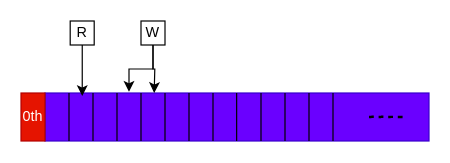
The draw.io diagram Form Workshop/images/sb3.drawio in AnaIPereira/Presentations, before the edit. Source tidied: cells renumbered, new cells numbered last; positions are measured from the earlier drawing's top-left corner, leaving out a move shared by most shapes. Both pictures are drawn from the tidied source at 120%, with x=0, y=0 at pixel (20, 20).
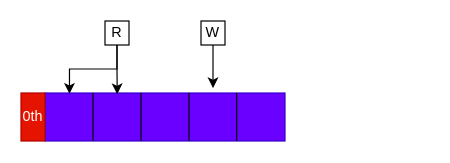
The same page after the edit.

The edit, as a diff of the source:
```diff
@@
     <mxCell id="2" style="rounded=0;whiteSpace=wrap;html=1;fillColor=light-dark(#6A00FF,#7F00FF);strokeColor=#3700CC;fontColor=#ffffff;" parent="1" vertex="1">
-      <mxGeometry x="20" y="60" width="320" height="40" as="geometry" />
+      <mxGeometry x="20" y="60" width="200" height="40" as="geometry" />
     </mxCell>
@@
-    <mxCell id="4" style="endArrow=none;html=1;rounded=0;" parent="1" edge="1">
-      <mxGeometry relative="1" as="geometry">
-        <mxPoint x="40" y="100" as="sourcePoint" />
-        <mxPoint x="40" y="60" as="targetPoint" />
-      </mxGeometry>
-    </mxCell>
-    <mxCell id="5" style="endArrow=none;html=1;rounded=0;" parent="1" edge="1">
-      <mxGeometry relative="1" as="geometry">
-        <mxPoint x="80" y="100" as="sourcePoint" />
-        <mxPoint x="80" y="60" as="targetPoint" />
-      </mxGeometry>
-    </mxCell>
@@
-    <mxCell id="7" style="endArrow=none;html=1;rounded=0;" parent="1" edge="1">
-      <mxGeometry relative="1" as="geometry">
-        <mxPoint x="120" y="100" as="sourcePoint" />
-        <mxPoint x="120" y="60" as="targetPoint" />
-      </mxGeometry>
-    </mxCell>
@@
-    <mxCell id="9" style="endArrow=none;html=1;rounded=0;" parent="1" edge="1">
-      <mxGeometry relative="1" as="geometry">
-        <mxPoint x="200" y="100" as="sourcePoint" />
-        <mxPoint x="200" y="60" as="targetPoint" />
-      </mxGeometry>
-    </mxCell>
-    <mxCell id="10" style="endArrow=none;html=1;rounded=0;" parent="1" edge="1">
-      <mxGeometry relative="1" as="geometry">
-        <mxPoint x="160" y="100" as="sourcePoint" />
-        <mxPoint x="160" y="60" as="targetPoint" />
-      </mxGeometry>
-    </mxCell>
@@
-    <mxCell id="12" style="endArrow=none;dashed=1;html=1;dashPattern=1 3;strokeWidth=2;rounded=0;" parent="1" edge="1">
-      <mxGeometry relative="1" as="geometry">
-        <mxPoint x="290" y="80" as="sourcePoint" />
-        <mxPoint x="289" y="79.7" as="targetPoint" />
-        <Array as="points">
-          <mxPoint x="320" y="80" />
-        </Array>
-      </mxGeometry>
-    </mxCell>
-    <mxCell id="13" style="endArrow=none;html=1;rounded=0;" parent="1" edge="1">
-      <mxGeometry relative="1" as="geometry">
-        <mxPoint x="240" y="100" as="sourcePoint" />
-        <mxPoint x="240" y="60" as="targetPoint" />
-      </mxGeometry>
-    </mxCell>
-    <mxCell id="14" style="endArrow=none;html=1;rounded=0;" parent="1" edge="1">
-      <mxGeometry relative="1" as="geometry">
-        <mxPoint x="260" y="100" as="sourcePoint" />
-        <mxPoint x="260" y="60" as="targetPoint" />
-      </mxGeometry>
-    </mxCell>
-    <mxCell id="15" style="endArrow=none;html=1;rounded=0;" parent="1" edge="1">
-      <mxGeometry relative="1" as="geometry">
-        <mxPoint x="220" y="100" as="sourcePoint" />
-        <mxPoint x="220" y="60" as="targetPoint" />
-      </mxGeometry>
-    </mxCell>
@@
     <mxCell id="17" value="W" style="rounded=0;whiteSpace=wrap;html=1;" parent="1" vertex="1">
-      <mxGeometry x="100" width="20" height="20" as="geometry" />
+      <mxGeometry x="150" width="20" height="20" as="geometry" />
     </mxCell>
-    <mxCell id="18" style="edgeStyle=orthogonalEdgeStyle;rounded=0;jettySize=auto;html=1;" parent="1" edge="1" source="17">
-      <mxGeometry relative="1" as="geometry">
-        <mxPoint x="111" y="60" as="targetPoint" />
-      </mxGeometry>
-    </mxCell>
-    <mxCell id="19" style="edgeStyle=orthogonalEdgeStyle;rounded=0;jettySize=auto;html=1;" parent="1" edge="1" source="17">
-      <mxGeometry relative="1" as="geometry">
-        <mxPoint x="90" y="59" as="targetPoint" />
-        <Array as="points">
-          <mxPoint x="110" y="40" />
-          <mxPoint x="90" y="40" />
-          <mxPoint x="90" y="59" />
-        </Array>
-      </mxGeometry>
-    </mxCell>
     <mxCell id="20" value="R" style="rounded=0;whiteSpace=wrap;html=1;" parent="1" vertex="1">
-      <mxGeometry x="41" width="20" height="20" as="geometry" />
+      <mxGeometry x="70" width="20" height="20" as="geometry" />
     </mxCell>
-    <mxCell id="21" style="edgeStyle=orthogonalEdgeStyle;rounded=0;jettySize=auto;html=1;entryX=0.097;entryY=0.062;entryDx=0;entryDy=0;entryPerimeter=0;" parent="1" edge="1" source="20" target="2">
-      <mxGeometry relative="1" as="geometry" />
-    </mxCell>
+    <mxCell id="22" style="edgeStyle=orthogonalEdgeStyle;rounded=0;jettySize=auto;html=1;entryX=0.7;entryY=-0.1;entryDx=0;entryDy=0;entryPerimeter=0;" parent="1" edge="1" source="17" target="2">
+      <mxGeometry relative="1" as="geometry" />
+    </mxCell>
+    <mxCell id="23" style="edgeStyle=orthogonalEdgeStyle;rounded=0;jettySize=auto;html=1;entryX=0.301;entryY=0.026;entryDx=0;entryDy=0;entryPerimeter=0;" parent="1" edge="1" source="20" target="2">
+      <mxGeometry relative="1" as="geometry" />
+    </mxCell>
+    <mxCell id="24" style="edgeStyle=orthogonalEdgeStyle;rounded=0;jettySize=auto;html=1;entryX=0.102;entryY=0.017;entryDx=0;entryDy=0;entryPerimeter=0;" parent="1" edge="1" source="20" target="2">
+      <mxGeometry relative="1" as="geometry" />
+    </mxCell>
```
